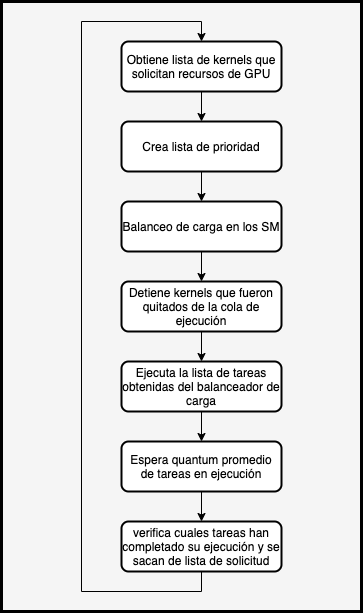
Above: Tesis_Maestria/figures/Planificador.png in antonyayal/mtesis (draw.io), before the change. Source tidied: cells renumbered, new cells last; positions are measured from the earlier drawing's top-left corner, leaving out a move shared by most shapes. Its diagram source:
```xml
<mxGraphModel>
  <root>
    <mxCell id="0" />
    <mxCell id="1" parent="0" />
    <mxCell id="2" style="rounded=0;whiteSpace=wrap;html=1;fillColor=#f5f5f5;strokeColor=#000000;fontColor=#333333;strokeWidth=3;comic=0;shadow=0;glass=0;gradientColor=none;" parent="1" vertex="1">
      <mxGeometry width="360" height="610" as="geometry" />
    </mxCell>
    <mxCell id="3" style="edgeStyle=orthogonalEdgeStyle;rounded=0;jettySize=auto;html=1;" parent="1" edge="1" source="4" target="6">
      <mxGeometry relative="1" as="geometry" />
    </mxCell>
    <mxCell id="4" value="Obtiene lista de kernels que solicitan recursos de GPU" style="rounded=1;whiteSpace=wrap;html=1;absoluteArcSize=1;arcSize=14;strokeWidth=2;" parent="1" vertex="1">
      <mxGeometry x="120" y="40" width="160" height="50" as="geometry" />
    </mxCell>
    <mxCell id="5" style="edgeStyle=orthogonalEdgeStyle;rounded=0;jettySize=auto;html=1;" parent="1" edge="1" source="6" target="8">
      <mxGeometry relative="1" as="geometry" />
    </mxCell>
    <mxCell id="6" value="Crea lista de prioridad" style="rounded=1;whiteSpace=wrap;html=1;absoluteArcSize=1;arcSize=14;strokeWidth=2;" parent="1" vertex="1">
      <mxGeometry x="120" y="120" width="160" height="50" as="geometry" />
    </mxCell>
    <mxCell id="7" style="edgeStyle=orthogonalEdgeStyle;rounded=0;jettySize=auto;html=1;" parent="1" edge="1" source="8" target="10">
      <mxGeometry relative="1" as="geometry" />
    </mxCell>
    <mxCell id="8" value="Balanceo de carga en los SM" style="rounded=1;whiteSpace=wrap;html=1;absoluteArcSize=1;arcSize=14;strokeWidth=2;" parent="1" vertex="1">
      <mxGeometry x="120" y="200" width="160" height="50" as="geometry" />
    </mxCell>
    <mxCell id="9" style="edgeStyle=orthogonalEdgeStyle;rounded=0;jettySize=auto;html=1;" parent="1" edge="1" source="10" target="12">
      <mxGeometry relative="1" as="geometry" />
    </mxCell>
    <mxCell id="10" value="Detiene kernels que fueron quitados de la cola de ejecución" style="rounded=1;whiteSpace=wrap;html=1;absoluteArcSize=1;arcSize=14;strokeWidth=2;" parent="1" vertex="1">
      <mxGeometry x="120" y="280" width="160" height="50" as="geometry" />
    </mxCell>
    <mxCell id="11" style="edgeStyle=orthogonalEdgeStyle;rounded=0;jettySize=auto;html=1;" parent="1" edge="1" source="12" target="14">
      <mxGeometry relative="1" as="geometry" />
    </mxCell>
    <mxCell id="12" value="Ejecuta la lista de tareas obtenidas del balanceador de carga" style="rounded=1;whiteSpace=wrap;html=1;absoluteArcSize=1;arcSize=14;strokeWidth=2;" parent="1" vertex="1">
      <mxGeometry x="120" y="360" width="160" height="50" as="geometry" />
    </mxCell>
    <mxCell id="13" style="edgeStyle=orthogonalEdgeStyle;rounded=0;jettySize=auto;html=1;" parent="1" edge="1" source="14" target="16">
      <mxGeometry relative="1" as="geometry" />
    </mxCell>
    <mxCell id="14" value="Espera quantum promedio de tareas en ejecución" style="rounded=1;whiteSpace=wrap;html=1;absoluteArcSize=1;arcSize=14;strokeWidth=2;" parent="1" vertex="1">
      <mxGeometry x="120" y="440" width="160" height="50" as="geometry" />
    </mxCell>
    <mxCell id="15" style="edgeStyle=orthogonalEdgeStyle;rounded=0;jettySize=auto;html=1;exitX=0.5;exitY=1;exitDx=0;exitDy=0;entryX=0.5;entryY=0;entryDx=0;entryDy=0;" parent="1" edge="1" source="16" target="4">
      <mxGeometry relative="1" as="geometry">
        <Array as="points">
          <mxPoint x="200" y="590" />
          <mxPoint x="80" y="590" />
          <mxPoint x="80" y="20" />
          <mxPoint x="200" y="20" />
        </Array>
      </mxGeometry>
    </mxCell>
    <mxCell id="16" value="verifica cuales tareas han completado su ejecución y se sacan de lista de solicitud" style="rounded=1;whiteSpace=wrap;html=1;absoluteArcSize=1;arcSize=14;strokeWidth=2;" parent="1" vertex="1">
      <mxGeometry x="120" y="520" width="160" height="50" as="geometry" />
    </mxCell>
  </root>
</mxGraphModel>
```
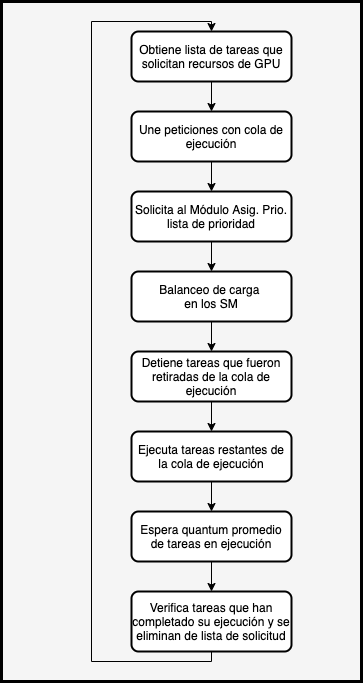
After the change.

What changed in the source:
```diff
@@ -3,36 +3,36 @@
     <mxCell id="0" />
     <mxCell id="1" parent="0" />
     <mxCell id="2" style="rounded=0;whiteSpace=wrap;html=1;fillColor=#f5f5f5;strokeColor=#000000;fontColor=#333333;strokeWidth=3;comic=0;shadow=0;glass=0;gradientColor=none;" parent="1" vertex="1">
-      <mxGeometry width="360" height="610" as="geometry" />
+      <mxGeometry x="-10" y="-70" width="360" height="680" as="geometry" />
     </mxCell>
-    <mxCell id="3" style="edgeStyle=orthogonalEdgeStyle;rounded=0;jettySize=auto;html=1;" parent="1" edge="1" source="4" target="6">
-      <mxGeometry relative="1" as="geometry" />
-    </mxCell>
+    <mxCell id="17" style="edgeStyle=orthogonalEdgeStyle;rounded=0;jettySize=auto;html=1;exitX=0.5;exitY=1;exitDx=0;exitDy=0;" parent="1" edge="1" source="4" target="19">
+      <mxGeometry relative="1" as="geometry" />
+    </mxCell>
-    <mxCell id="4" value="Obtiene lista de kernels que solicitan recursos de GPU" style="rounded=1;whiteSpace=wrap;html=1;absoluteArcSize=1;arcSize=14;strokeWidth=2;" parent="1" vertex="1">
-      <mxGeometry x="120" y="40" width="160" height="50" as="geometry" />
+    <mxCell id="4" value="Obtiene lista de tareas que solicitan recursos de GPU" style="rounded=1;whiteSpace=wrap;html=1;absoluteArcSize=1;arcSize=14;strokeWidth=2;" parent="1" vertex="1">
+      <mxGeometry x="120" y="-40" width="160" height="50" as="geometry" />
     </mxCell>
     <mxCell id="5" style="edgeStyle=orthogonalEdgeStyle;rounded=0;jettySize=auto;html=1;" parent="1" edge="1" source="6" target="8">
       <mxGeometry relative="1" as="geometry" />
     </mxCell>
-    <mxCell id="6" value="Crea lista de prioridad" style="rounded=1;whiteSpace=wrap;html=1;absoluteArcSize=1;arcSize=14;strokeWidth=2;" parent="1" vertex="1">
+    <mxCell id="6" value="Solicita al Módulo Asig. Prio. lista de prioridad" style="rounded=1;whiteSpace=wrap;html=1;absoluteArcSize=1;arcSize=14;strokeWidth=2;" parent="1" vertex="1">
       <mxGeometry x="120" y="120" width="160" height="50" as="geometry" />
     </mxCell>
     <mxCell id="7" style="edgeStyle=orthogonalEdgeStyle;rounded=0;jettySize=auto;html=1;" parent="1" edge="1" source="8" target="10">
       <mxGeometry relative="1" as="geometry" />
     </mxCell>
-    <mxCell id="8" value="Balanceo de carga en los SM" style="rounded=1;whiteSpace=wrap;html=1;absoluteArcSize=1;arcSize=14;strokeWidth=2;" parent="1" vertex="1">
+    <mxCell id="8" value="Balanceo de carga &lt;br&gt;en los SM" style="rounded=1;whiteSpace=wrap;html=1;absoluteArcSize=1;arcSize=14;strokeWidth=2;" parent="1" vertex="1">
       <mxGeometry x="120" y="200" width="160" height="50" as="geometry" />
     </mxCell>
     <mxCell id="9" style="edgeStyle=orthogonalEdgeStyle;rounded=0;jettySize=auto;html=1;" parent="1" edge="1" source="10" target="12">
       <mxGeometry relative="1" as="geometry" />
     </mxCell>
-    <mxCell id="10" value="Detiene kernels que fueron quitados de la cola de ejecución" style="rounded=1;whiteSpace=wrap;html=1;absoluteArcSize=1;arcSize=14;strokeWidth=2;" parent="1" vertex="1">
+    <mxCell id="10" value="Detiene tareas que fueron retiradas de la cola de ejecución" style="rounded=1;whiteSpace=wrap;html=1;absoluteArcSize=1;arcSize=14;strokeWidth=2;" parent="1" vertex="1">
       <mxGeometry x="120" y="280" width="160" height="50" as="geometry" />
     </mxCell>
     <mxCell id="11" style="edgeStyle=orthogonalEdgeStyle;rounded=0;jettySize=auto;html=1;" parent="1" edge="1" source="12" target="14">
       <mxGeometry relative="1" as="geometry" />
     </mxCell>
-    <mxCell id="12" value="Ejecuta la lista de tareas obtenidas del balanceador de carga" style="rounded=1;whiteSpace=wrap;html=1;absoluteArcSize=1;arcSize=14;strokeWidth=2;" parent="1" vertex="1">
+    <mxCell id="12" value="Ejecuta tareas restantes de la cola de ejecución" style="rounded=1;whiteSpace=wrap;html=1;absoluteArcSize=1;arcSize=14;strokeWidth=2;" parent="1" vertex="1">
       <mxGeometry x="120" y="360" width="160" height="50" as="geometry" />
     </mxCell>
     <mxCell id="13" style="edgeStyle=orthogonalEdgeStyle;rounded=0;jettySize=auto;html=1;" parent="1" edge="1" source="14" target="16">
@@ -46,13 +46,19 @@
         <Array as="points">
           <mxPoint x="200" y="590" />
           <mxPoint x="80" y="590" />
-          <mxPoint x="80" y="20" />
-          <mxPoint x="200" y="20" />
+          <mxPoint x="80" y="-50" />
+          <mxPoint x="200" y="-50" />
         </Array>
       </mxGeometry>
     </mxCell>
-    <mxCell id="16" value="verifica cuales tareas han completado su ejecución y se sacan de lista de solicitud" style="rounded=1;whiteSpace=wrap;html=1;absoluteArcSize=1;arcSize=14;strokeWidth=2;" parent="1" vertex="1">
-      <mxGeometry x="120" y="520" width="160" height="50" as="geometry" />
+    <mxCell id="16" value="Verifica tareas que han completado su ejecución y se eliminan de lista de solicitud" style="rounded=1;whiteSpace=wrap;html=1;absoluteArcSize=1;arcSize=14;strokeWidth=2;" parent="1" vertex="1">
+      <mxGeometry x="120" y="520" width="160" height="60" as="geometry" />
     </mxCell>
+    <mxCell id="18" style="edgeStyle=orthogonalEdgeStyle;rounded=0;jettySize=auto;html=1;exitX=0.5;exitY=1;exitDx=0;exitDy=0;" parent="1" edge="1" source="19" target="6">
+      <mxGeometry relative="1" as="geometry" />
+    </mxCell>
+    <mxCell id="19" value="Une peticiones con cola de ejecución" style="rounded=1;whiteSpace=wrap;html=1;absoluteArcSize=1;arcSize=14;strokeWidth=2;" parent="1" vertex="1">
+      <mxGeometry x="120" y="40" width="160" height="50" as="geometry" />
+    </mxCell>
   </root>
 </mxGraphModel>
```
